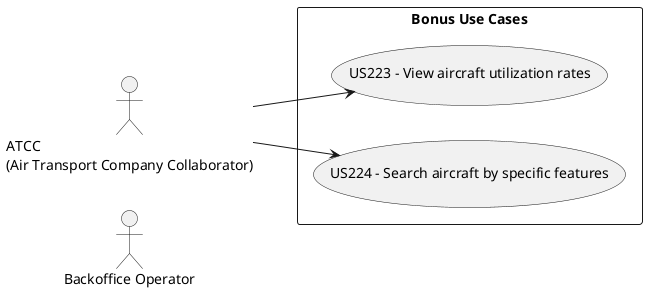
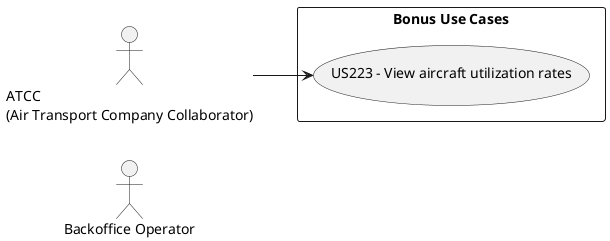
@startuml
left to right direction
skinparam packageStyle rectangle

actor "Backoffice Operator" as BO
actor "ATCC\n(Air Transport Company Collaborator)" as ATCC

rectangle "Bonus Use Cases" {
  usecase "US223 - View aircraft utilization rates" as UC223
-   usecase "US224 - Search aircraft by specific features" as UC224
}

ATCC --> UC223
- ATCC --> UC224

@enduml
